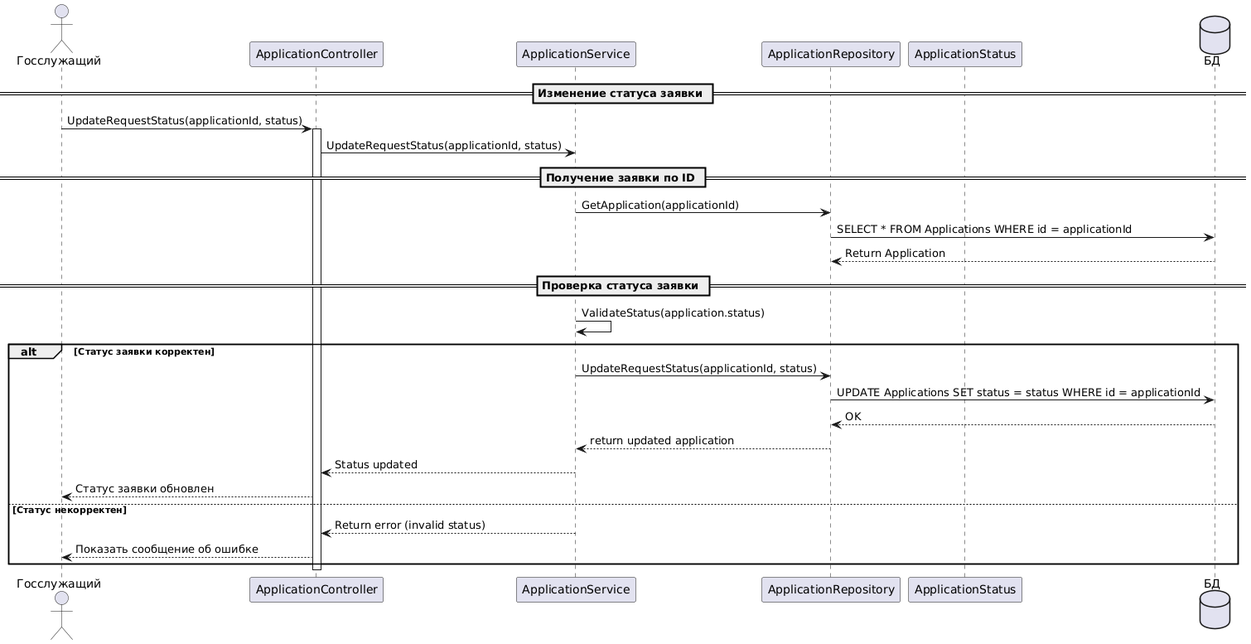
Before: Диаграмма последовательности/Изменение_статуса_заяки.png, a diagram exported from PlantUML (Marina200426/PIS-Belonogov-Chelokhsaeva). Source of this version:
```plantuml
@startuml
actor "Госслужащий" as GovEmployee

participant "ApplicationController" as AppController
participant "ApplicationService" as AppService
participant "ApplicationRepository" as AppRepo
participant "ApplicationStatus" as AppStatus
database "БД" as DB

== Изменение статуса заявки ==

GovEmployee -> AppController : UpdateRequestStatus(applicationId, status)
activate AppController
AppController -> AppService : UpdateRequestStatus(applicationId, status)

== Получение заявки по ID ==
AppService -> AppRepo : GetApplication(applicationId)
AppRepo -> DB : SELECT * FROM Applications WHERE id = applicationId
DB --> AppRepo : Return Application

== Проверка статуса заявки ==
AppService -> AppService : ValidateStatus(application.status)

alt Статус заявки корректен
    AppService -> AppRepo : UpdateRequestStatus(applicationId, status)
    AppRepo -> DB : UPDATE Applications SET status = status WHERE id = applicationId
    DB --> AppRepo : OK
    AppRepo --> AppService : return updated application
    AppService --> AppController : Status updated
    AppController --> GovEmployee : Статус заявки обновлен
else Статус некорректен
    AppService --> AppController : Return error (invalid status)
    AppController --> GovEmployee : Показать сообщение об ошибке
end

deactivate AppController
@enduml
```
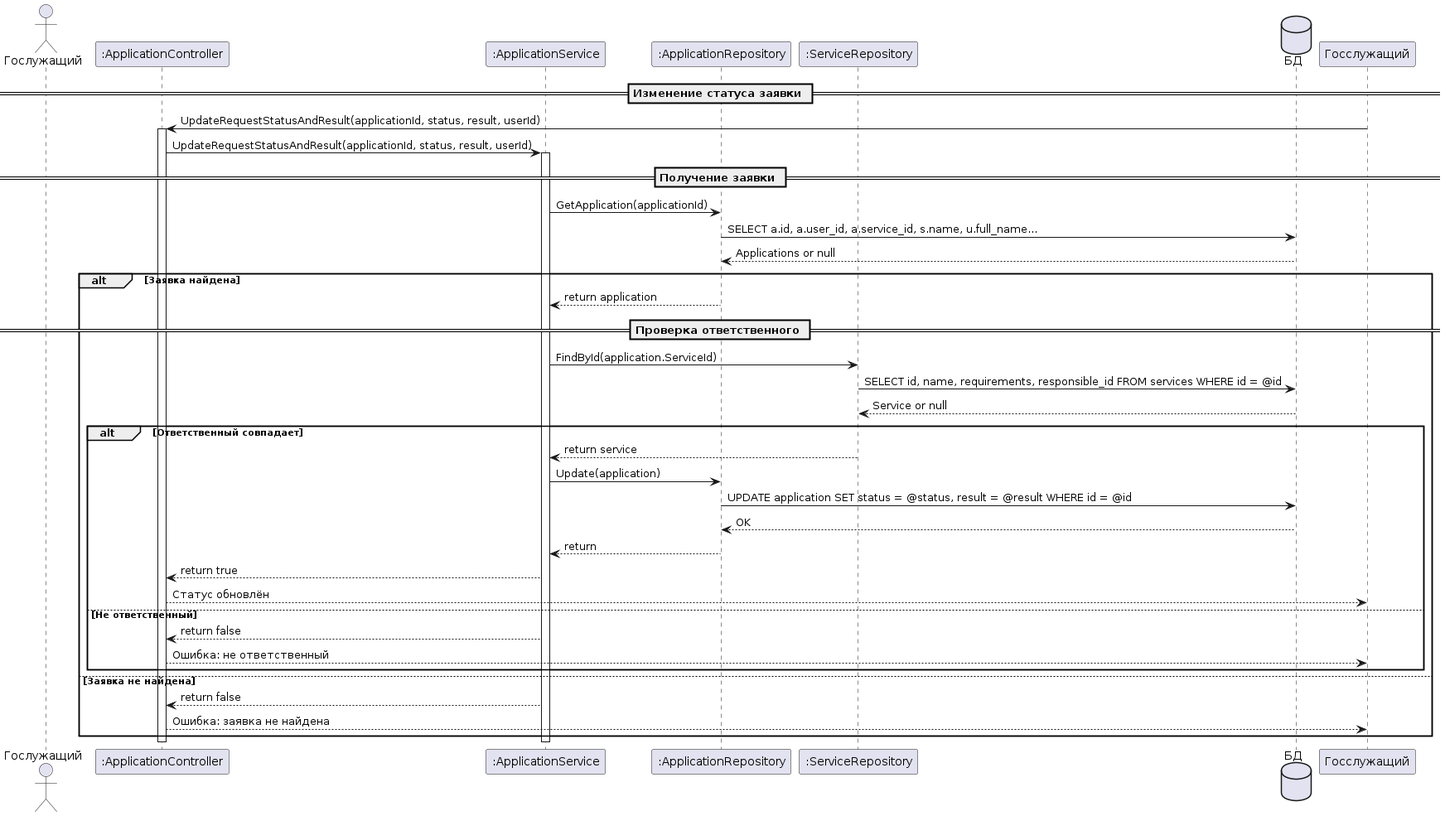
Later version of the same file.

The edit, as a diff of the source:
```diff
@@ -1,37 +1,44 @@
 @startuml
-actor "Госслужащий" as GovEmployee
-
-participant "ApplicationController" as AppController
-participant "ApplicationService" as AppService
-participant "ApplicationRepository" as AppRepo
-participant "ApplicationStatus" as AppStatus
-database "БД" as DB
+actor Гослужащий
+participant ":ApplicationController"
+participant ":ApplicationService"
+participant ":ApplicationRepository"
+participant ":ServiceRepository"
+database БД
 
 == Изменение статуса заявки ==
+Госслужащий -> ":ApplicationController" : UpdateRequestStatusAndResult(applicationId, status, result, userId)
+activate ":ApplicationController"
+":ApplicationController" -> ":ApplicationService" : UpdateRequestStatusAndResult(applicationId, status, result, userId)
+activate ":ApplicationService"
 
-GovEmployee -> AppController : UpdateRequestStatus(applicationId, status)
-activate AppController
-AppController -> AppService : UpdateRequestStatus(applicationId, status)
-
-== Получение заявки по ID ==
-AppService -> AppRepo : GetApplication(applicationId)
-AppRepo -> DB : SELECT * FROM Applications WHERE id = applicationId
-DB --> AppRepo : Return Application
-
-== Проверка статуса заявки ==
-AppService -> AppService : ValidateStatus(application.status)
-
-alt Статус заявки корректен
-    AppService -> AppRepo : UpdateRequestStatus(applicationId, status)
-    AppRepo -> DB : UPDATE Applications SET status = status WHERE id = applicationId
-    DB --> AppRepo : OK
-    AppRepo --> AppService : return updated application
-    AppService --> AppController : Status updated
-    AppController --> GovEmployee : Статус заявки обновлен
-else Статус некорректен
-    AppService --> AppController : Return error (invalid status)
-    AppController --> GovEmployee : Показать сообщение об ошибке
+== Получение заявки ==
+":ApplicationService" -> ":ApplicationRepository" : GetApplication(applicationId)
+":ApplicationRepository" -> БД : SELECT a.id, a.user_id, a.service_id, s.name, u.full_name...
+БД --> ":ApplicationRepository" : Applications or null
+alt Заявка найдена
+    ":ApplicationRepository" --> ":ApplicationService" : return application
+    == Проверка ответственного ==
+    ":ApplicationService" -> ":ServiceRepository" : FindById(application.ServiceId)
+    ":ServiceRepository" -> БД : SELECT id, name, requirements, responsible_id FROM services WHERE id = @id
+    БД --> ":ServiceRepository" : Service or null
+    alt Ответственный совпадает
+        ":ServiceRepository" --> ":ApplicationService" : return service
+        ":ApplicationService" -> ":ApplicationRepository" : Update(application)
+        ":ApplicationRepository" -> БД : UPDATE application SET status = @status, result = @result WHERE id = @id
+        БД --> ":ApplicationRepository" : OK
+        ":ApplicationRepository" --> ":ApplicationService" : return
+        ":ApplicationService" --> ":ApplicationController" : return true
+        ":ApplicationController" --> Госслужащий : Статус обновлён
+    else Не ответственный
+        ":ApplicationService" --> ":ApplicationController" : return false
+        ":ApplicationController" --> Госслужащий : Ошибка: не ответственный
+    end
+else Заявка не найдена
+    ":ApplicationService" --> ":ApplicationController" : return false
+    ":ApplicationController" --> Госслужащий : Ошибка: заявка не найдена
 end
 
-deactivate AppController
+deactivate ":ApplicationService"
+deactivate ":ApplicationController"
 @enduml
```
